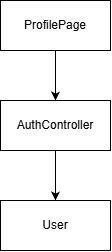
rafeldzin/IF2150-RPL-K02-G07 keeps this draw.io diagram as docs/M4/assets/diagram/diagram-class-uc12.png. Above is the earlier version. Source tidied: cells renumbered, new cells last; positions are measured from the earlier drawing's top-left corner, leaving out a move shared by most shapes. Source of this version:
```xml
<mxGraphModel>
  <root>
    <mxCell id="0" />
    <mxCell id="1" parent="0" />
    <mxCell id="2" style="edgeStyle=orthogonalEdgeStyle;rounded=0;jettySize=auto;html=1;" parent="1" edge="1" source="3" target="5">
      <mxGeometry relative="1" as="geometry" />
    </mxCell>
    <mxCell id="3" value="ProfilePage" style="html=1;whiteSpace=wrap;" parent="1" vertex="1">
      <mxGeometry width="110" height="50" as="geometry" />
    </mxCell>
    <mxCell id="4" style="edgeStyle=orthogonalEdgeStyle;rounded=0;jettySize=auto;html=1;" parent="1" edge="1" source="5" target="6">
      <mxGeometry relative="1" as="geometry" />
    </mxCell>
    <mxCell id="5" value="AuthController" style="html=1;whiteSpace=wrap;" parent="1" vertex="1">
      <mxGeometry y="100" width="110" height="50" as="geometry" />
    </mxCell>
    <mxCell id="6" value="User" style="html=1;whiteSpace=wrap;" parent="1" vertex="1">
      <mxGeometry y="200" width="110" height="50" as="geometry" />
    </mxCell>
  </root>
</mxGraphModel>
```
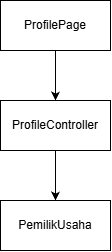
Later version of the same file.

Commit message:
docs: revisi diagram class uc 12

The edit, as a diff of the source:
```diff
@@ -11,10 +11,10 @@
     <mxCell id="4" style="edgeStyle=orthogonalEdgeStyle;rounded=0;jettySize=auto;html=1;" parent="1" edge="1" source="5" target="6">
       <mxGeometry relative="1" as="geometry" />
     </mxCell>
-    <mxCell id="5" value="AuthController" style="html=1;whiteSpace=wrap;" parent="1" vertex="1">
+    <mxCell id="5" value="ProfileController" style="html=1;whiteSpace=wrap;" parent="1" vertex="1">
       <mxGeometry y="100" width="110" height="50" as="geometry" />
     </mxCell>
-    <mxCell id="6" value="User" style="html=1;whiteSpace=wrap;" parent="1" vertex="1">
+    <mxCell id="6" value="PemilikUsaha" style="html=1;whiteSpace=wrap;" parent="1" vertex="1">
       <mxGeometry y="200" width="110" height="50" as="geometry" />
     </mxCell>
   </root>
```
